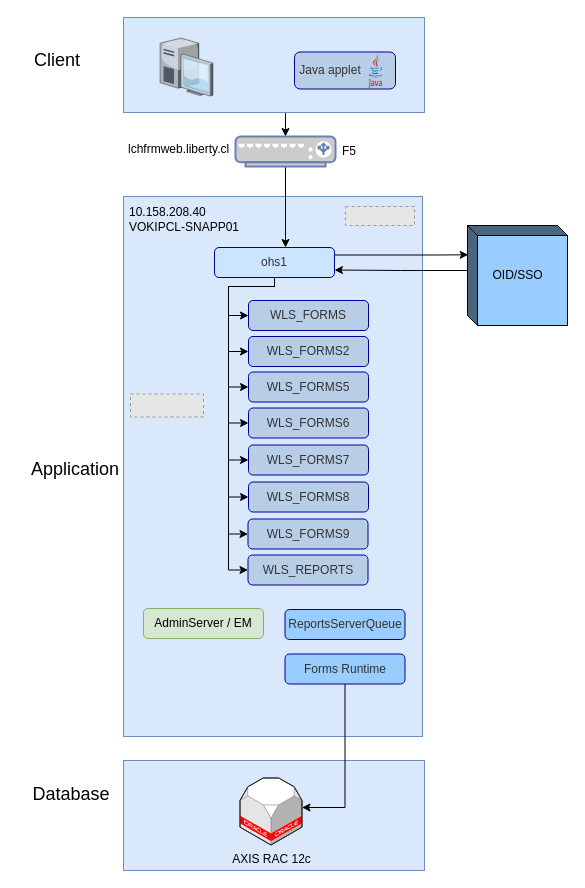
albertitors/draw.io keeps this draw.io diagram as AXIS_Solaris.drawio. Above is the earlier version. Source tidied: cells renumbered, new cells numbered last; positions are measured from the earlier drawing's top-left corner, leaving out a move shared by most shapes. Both pictures are drawn from the tidied source at 100%, with x=0, y=0 at pixel (17, 17). Pictures stored in the file or linked from it are replaced by grey dashed boxes.
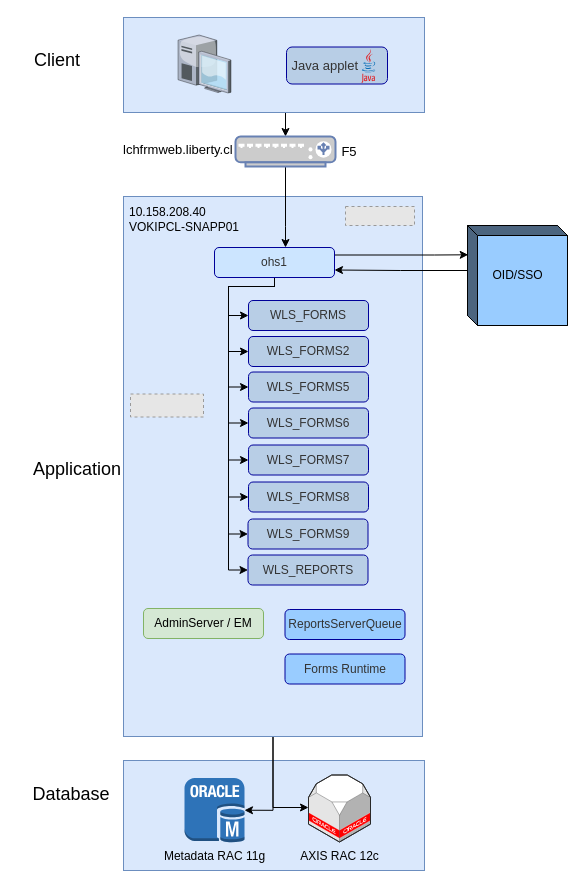
After the change.

The change refers to these unchanged cells:
```xml
<mxCell id="2" style="rounded=0;whiteSpace=wrap;html=1;fillColor=#dae8fc;strokeColor=#6c8ebf;" parent="1" vertex="1">
  <mxGeometry x="106" y="179" width="299" height="540" as="geometry" />
</mxCell>
<mxCell id="28" value="Forms Runtime" style="rounded=1;whiteSpace=wrap;html=1;fillColor=#99CCFF;strokeColor=#000099;fontColor=#333333;" parent="1" vertex="1">
  <mxGeometry x="267.5" y="636.5" width="120" height="30" as="geometry" />
</mxCell>
```

Change to the diagram source:
```diff
@@
+    <mxCell id="3" style="rounded=0;whiteSpace=wrap;html=1;fillColor=#dae8fc;strokeColor=#6c8ebf;" parent="1" vertex="1">
+      <mxGeometry x="106" y="743" width="301" height="110" as="geometry" />
+    </mxCell>
+    <mxCell id="44" style="edgeStyle=orthogonalEdgeStyle;rounded=0;jettySize=auto;html=1;exitX=0.5;exitY=1;exitDx=0;exitDy=0;entryX=1;entryY=0.5;entryDx=0;entryDy=0;entryPerimeter=0;" parent="1" edge="1" source="2" target="46">
+      <mxGeometry relative="1" as="geometry" />
+    </mxCell>
+    <mxCell id="45" style="edgeStyle=orthogonalEdgeStyle;rounded=0;jettySize=auto;html=1;exitX=0.5;exitY=1;exitDx=0;exitDy=0;" parent="1" edge="1" source="2" target="8">
+      <mxGeometry relative="1" as="geometry">
+        <Array as="points">
+          <mxPoint x="256" y="790" />
+        </Array>
+      </mxGeometry>
+    </mxCell>
@@
-    <mxCell id="3" style="rounded=0;whiteSpace=wrap;html=1;fillColor=#dae8fc;strokeColor=#6c8ebf;" parent="1" vertex="1">
-      <mxGeometry x="106" y="743" width="301" height="110" as="geometry" />
-    </mxCell>
@@
-    <mxCell id="6" style="edgeStyle=orthogonalEdgeStyle;rounded=0;jettySize=auto;html=1;" parent="1" edge="1" source="28" target="8">
-      <mxGeometry relative="1" as="geometry">
-        <Array as="points">
-          <mxPoint x="328" y="790" />
-        </Array>
-      </mxGeometry>
-    </mxCell>
     <mxCell id="7" style="verticalLabelPosition=bottom;html=1;verticalAlign=top;strokeColor=none;align=center;shape=mxgraph.citrix.desktop;" parent="1" vertex="1">
-      <mxGeometry x="142.5" y="20.5" width="53" height="58" as="geometry" />
+      <mxGeometry x="160.5" y="17.5" width="53" height="58" as="geometry" />
     </mxCell>
     <mxCell id="8" value="AXIS RAC 12c" style="verticalLabelPosition=bottom;html=1;verticalAlign=top;strokeWidth=1;align=center;outlineConnect=0;dashed=0;outlineConnect=0;shape=mxgraph.aws3d.oracleDbServer;fillColor=#ffffff;strokeColor=#5E5E5E;" parent="1" vertex="1">
-      <mxGeometry x="222.5" y="760.5" width="62" height="67" as="geometry" />
+      <mxGeometry x="291" y="757.5" width="62" height="67" as="geometry" />
     </mxCell>
@@
-    <mxCell id="32" value="&amp;nbsp;Java applet&lt;br&gt;" style="rounded=1;whiteSpace=wrap;html=1;fillColor=#B8CEE6;strokeColor=#000099;fontColor=#333333;align=left;" parent="1" vertex="1">
-      <mxGeometry x="277" y="34.5" width="101" height="37" as="geometry" />
+    <mxCell id="32" value="&lt;font style=&quot;font-size: 13px&quot;&gt;&amp;nbsp;Java applet&lt;/font&gt;&lt;br&gt;" style="rounded=1;whiteSpace=wrap;html=1;fillColor=#B8CEE6;strokeColor=#000099;fontColor=#333333;align=left;" parent="1" vertex="1">
+      <mxGeometry x="269" y="29.5" width="101" height="37" as="geometry" />
     </mxCell>
     <mxCell id="33" style="dashed=0;html=1;align=center;labelPosition=center;verticalLabelPosition=bottom;verticalAlign=top;shape=mxgraph.weblogos.java;strokeColor=#000099;fillColor=#CCE5FF;" parent="1" vertex="1">
-      <mxGeometry x="351" y="36.5" width="14" height="34" as="geometry" />
+      <mxGeometry x="344" y="31.5" width="14" height="34" as="geometry" />
     </mxCell>
@@
     <mxCell id="35" value="Application&lt;br style=&quot;font-size: 18px;&quot;&gt;" style="text;html=1;strokeColor=none;fillColor=none;align=center;verticalAlign=middle;whiteSpace=wrap;rounded=0;fontSize=18;" parent="1" vertex="1">
-      <mxGeometry x="18" y="441.5" width="80" height="20" as="geometry" />
+      <mxGeometry x="20" y="441.5" width="80" height="20" as="geometry" />
     </mxCell>
@@
-    <mxCell id="40" value="&lt;span&gt;lchfrmweb.liberty.cl&lt;/span&gt;&lt;span&gt;&lt;br&gt;&lt;/span&gt;" style="text;html=1;strokeColor=none;fillColor=none;align=left;verticalAlign=middle;whiteSpace=wrap;rounded=0;" parent="1" vertex="1">
-      <mxGeometry x="109" y="117" width="111" height="30" as="geometry" />
+    <mxCell id="40" value="&lt;span&gt;&lt;font style=&quot;font-size: 13px&quot;&gt;lchfrmweb.liberty.cl&lt;/font&gt;&lt;/span&gt;&lt;span&gt;&lt;br&gt;&lt;/span&gt;" style="text;html=1;strokeColor=none;fillColor=none;align=left;verticalAlign=middle;whiteSpace=wrap;rounded=0;" parent="1" vertex="1">
+      <mxGeometry x="104" y="117" width="111" height="30" as="geometry" />
     </mxCell>
-    <mxCell id="41" value="&lt;span&gt;F5&lt;br&gt;&lt;/span&gt;" style="text;html=1;strokeColor=none;fillColor=none;align=center;verticalAlign=middle;whiteSpace=wrap;rounded=0;" parent="1" vertex="1">
+    <mxCell id="41" value="&lt;span&gt;&lt;font style=&quot;font-size: 13px&quot;&gt;F5&lt;/font&gt;&lt;br&gt;&lt;/span&gt;" style="text;html=1;strokeColor=none;fillColor=none;align=center;verticalAlign=middle;whiteSpace=wrap;rounded=0;" parent="1" vertex="1">
       <mxGeometry x="317" y="124" width="30" height="20" as="geometry" />
     </mxCell>
@@
+    <mxCell id="46" value="Metadata RAC 11g" style="outlineConnect=0;dashed=0;verticalLabelPosition=bottom;verticalAlign=top;align=center;html=1;shape=mxgraph.aws3.oracle_db_instance;fillColor=#2E73B8;gradientColor=none;" parent="1" vertex="1">
+      <mxGeometry x="167" y="760.5" width="60" height="64.5" as="geometry" />
+    </mxCell>
```
